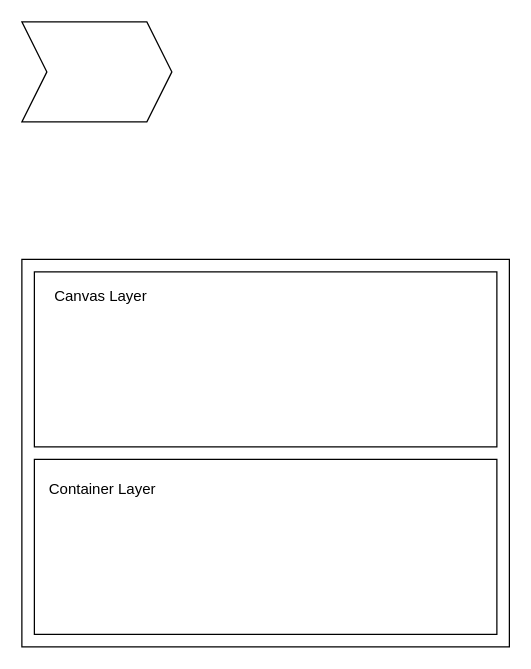
LinkXSystem/omega keeps this draw.io diagram as doc/omega.drawio. Above is the earlier version. Source tidied: cells renumbered, new cells numbered last; positions are measured from the earlier drawing's top-left corner, leaving out a move shared by most shapes. Both pictures are drawn from the tidied source at 125%, with x=0, y=0 at pixel (21, 21).
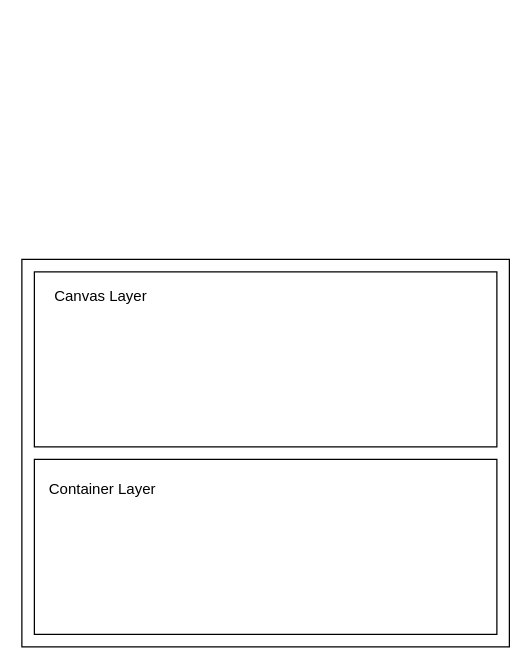
The same diagram, later.

Diff of the diagram source:
```diff
@@
 <mxGraphModel>
   <root>
     <mxCell id="0" />
     <mxCell id="1" parent="0" />
-    <mxCell id="2" style="shape=step;perimeter=stepPerimeter;whiteSpace=wrap;html=1;fixedSize=1;" parent="1" vertex="1">
-      <mxGeometry width="120" height="80" as="geometry" />
-    </mxCell>
     <mxCell id="3" style="rounded=0;whiteSpace=wrap;html=1;" parent="1" vertex="1">
       <mxGeometry y="190" width="390" height="310" as="geometry" />
     </mxCell>
     <mxCell id="4" style="rounded=0;whiteSpace=wrap;html=1;" parent="1" vertex="1">
       <mxGeometry x="10" y="200" width="370" height="140" as="geometry" />
     </mxCell>
     <mxCell id="5" style="rounded=0;whiteSpace=wrap;html=1;" parent="1" vertex="1">
       <mxGeometry x="10" y="350" width="370" height="140" as="geometry" />
     </mxCell>
     <mxCell id="6" value="Canvas Layer&amp;nbsp;" style="text;html=1;strokeColor=none;fillColor=none;align=center;verticalAlign=middle;whiteSpace=wrap;rounded=0;" parent="1" vertex="1">
       <mxGeometry x="20" y="210" width="90" height="20" as="geometry" />
     </mxCell>
     <mxCell id="7" value="Container Layer" style="text;html=1;" parent="1" vertex="1">
       <mxGeometry x="20" y="360" width="100" height="30" as="geometry" />
     </mxCell>
   </root>
 </mxGraphModel>
```
